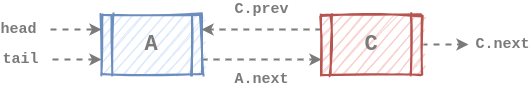
The draw.io diagram assets/images/data-structure/linked-list/dll-insert2.png in rolemadelen/euisblue.github.io, before a commit. Source tidied: cells renumbered, new cells last; positions are measured from the earlier drawing's top-left corner, leaving out a move shared by most shapes. Its diagram source:
```xml
<mxGraphModel>
  <root>
    <mxCell id="0" />
    <mxCell id="1" parent="0" />
    <mxCell id="2" value="&lt;font color=&quot;#7a7a7a&quot; face=&quot;Courier New&quot; size=&quot;1&quot;&gt;&lt;b style=&quot;font-size: 15px&quot;&gt;A.next&lt;/b&gt;&lt;/font&gt;" style="edgeStyle=orthogonalEdgeStyle;curved=1;rounded=0;sketch=0;jettySize=auto;html=1;exitX=1;exitY=0.75;exitDx=0;exitDy=0;entryX=0;entryY=0.75;entryDx=0;entryDy=0;dashed=1;endArrow=classic;endFill=1;strokeColor=#7a7a7a;strokeWidth=2;" parent="1" edge="1" source="3" target="6">
      <mxGeometry y="-20" relative="1" as="geometry">
        <Array as="points">
          <mxPoint x="211" y="45" />
          <mxPoint x="211" y="45" />
        </Array>
      </mxGeometry>
    </mxCell>
    <mxCell id="3" value="&lt;b&gt;&lt;font style=&quot;font-size: 22px&quot; face=&quot;Courier New&quot; color=&quot;#7a7a7a&quot;&gt;A&lt;/font&gt;&lt;/b&gt;" style="shape=process;whiteSpace=wrap;html=1;backgroundOutline=1;fillColor=#dae8fc;strokeColor=#6c8ebf;gradientDirection=east;strokeWidth=2;shadow=0;glass=0;sketch=1;" parent="1" vertex="1">
      <mxGeometry x="51" width="100" height="60" as="geometry" />
    </mxCell>
    <mxCell id="4" value="&lt;b&gt;&lt;font style=&quot;font-size: 15px&quot; face=&quot;Courier New&quot; color=&quot;#7a7a7a&quot;&gt;C.prev&lt;/font&gt;&lt;/b&gt;" style="edgeStyle=orthogonalEdgeStyle;curved=1;rounded=0;sketch=0;jettySize=auto;html=1;exitX=0;exitY=0.25;exitDx=0;exitDy=0;entryX=1;entryY=0.25;entryDx=0;entryDy=0;endArrow=classic;endFill=1;strokeColor=#7a7a7a;strokeWidth=2;dashed=1;" parent="1" edge="1" source="6" target="3">
      <mxGeometry y="-20" relative="1" as="geometry">
        <Array as="points">
          <mxPoint x="211" y="15" />
          <mxPoint x="211" y="15" />
        </Array>
      </mxGeometry>
    </mxCell>
    <mxCell id="5" value="&lt;b style=&quot;color: rgb(0 , 0 , 0) ; font-family: &amp;#34;helvetica&amp;#34; ; font-style: normal ; letter-spacing: normal ; text-align: center ; text-indent: 0px ; text-transform: none ; word-spacing: 0px&quot;&gt;&lt;font face=&quot;Courier New&quot; color=&quot;#7a7a7a&quot; style=&quot;font-size: 15px&quot;&gt;C.next&lt;/font&gt;&lt;/b&gt;" style="edgeStyle=none;rounded=0;sketch=0;jettySize=auto;html=1;exitX=1;exitY=0.5;exitDx=0;exitDy=0;dashed=1;endArrow=classic;endFill=1;strokeColor=#7a7a7a;strokeWidth=2;" parent="1" edge="1" source="6">
      <mxGeometry x="1" y="34" relative="1" as="geometry">
        <mxPoint x="418" y="30" as="targetPoint" />
        <mxPoint x="34" y="34" as="offset" />
      </mxGeometry>
    </mxCell>
    <mxCell id="6" value="&lt;div&gt;&lt;b style=&quot;font-size: 22px ; color: rgb(122 , 122 , 122) ; font-family: &amp;#34;courier new&amp;#34;&quot;&gt;C&lt;/b&gt;&lt;/div&gt;" style="shape=process;whiteSpace=wrap;html=1;backgroundOutline=1;fillColor=#f8cecc;strokeColor=#b85450;gradientDirection=east;strokeWidth=2;shadow=0;glass=0;sketch=1;align=center;" parent="1" vertex="1">
      <mxGeometry x="271" width="100" height="60" as="geometry" />
    </mxCell>
    <mxCell id="7" value="&lt;b style=&quot;color: rgb(0 , 0 , 0) ; font-family: &amp;#34;helvetica&amp;#34; ; font-style: normal ; letter-spacing: normal ; text-align: center ; text-indent: 0px ; text-transform: none ; word-spacing: 0px&quot;&gt;&lt;font face=&quot;Courier New&quot; color=&quot;#7a7a7a&quot; style=&quot;font-size: 15px&quot;&gt;head&lt;/font&gt;&lt;/b&gt;" style="endArrow=classic;html=1;dashed=1;strokeColor=#7a7a7a;strokeWidth=2;entryX=0;entryY=0.25;entryDx=0;entryDy=0;" parent="1" edge="1" target="3">
      <mxGeometry x="-1" y="-32" relative="1" as="geometry">
        <mxPoint y="15" as="sourcePoint" />
        <mxPoint x="-32" y="-32" as="offset" />
      </mxGeometry>
    </mxCell>
    <mxCell id="8" value="&lt;b style=&quot;color: rgb(0 , 0 , 0) ; font-family: &amp;#34;helvetica&amp;#34; ; font-style: normal ; letter-spacing: normal ; text-align: center ; text-indent: 0px ; text-transform: none ; word-spacing: 0px&quot;&gt;&lt;font face=&quot;Courier New&quot; color=&quot;#7a7a7a&quot; style=&quot;font-size: 15px&quot;&gt;tail&lt;/font&gt;&lt;/b&gt;" style="endArrow=classic;html=1;dashed=1;strokeColor=#7a7a7a;strokeWidth=2;entryX=0;entryY=0.75;entryDx=0;entryDy=0;" parent="1" edge="1" target="3">
      <mxGeometry x="-1" y="-32" relative="1" as="geometry">
        <mxPoint x="2" y="45" as="sourcePoint" />
        <mxPoint x="-32" y="-32" as="offset" />
      </mxGeometry>
    </mxCell>
  </root>
</mxGraphModel>
```
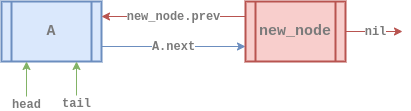
The same file after the commit.

Change to the diagram source:
```diff
@@ -2,45 +2,34 @@
   <root>
     <mxCell id="0" />
     <mxCell id="1" parent="0" />
-    <mxCell id="2" value="&lt;font color=&quot;#7a7a7a&quot; face=&quot;Courier New&quot; size=&quot;1&quot;&gt;&lt;b style=&quot;font-size: 15px&quot;&gt;A.next&lt;/b&gt;&lt;/font&gt;" style="edgeStyle=orthogonalEdgeStyle;curved=1;rounded=0;sketch=0;jettySize=auto;html=1;exitX=1;exitY=0.75;exitDx=0;exitDy=0;entryX=0;entryY=0.75;entryDx=0;entryDy=0;dashed=1;endArrow=classic;endFill=1;strokeColor=#7a7a7a;strokeWidth=2;" parent="1" edge="1" source="3" target="6">
-      <mxGeometry y="-20" relative="1" as="geometry">
-        <Array as="points">
-          <mxPoint x="211" y="45" />
-          <mxPoint x="211" y="45" />
-        </Array>
-      </mxGeometry>
+    <mxCell id="2" value="&lt;b style=&quot;color: rgb(0 , 0 , 0) ; font-size: 11px ; font-style: normal ; letter-spacing: normal ; text-align: center ; text-indent: 0px ; text-transform: none ; word-spacing: 0px ; font-family: &amp;#34;courier new&amp;#34;&quot;&gt;&lt;font color=&quot;#7a7a7a&quot; style=&quot;font-size: 12px&quot;&gt;A.next&lt;/font&gt;&lt;/b&gt;" style="edgeStyle=none;rounded=0;jettySize=auto;html=1;exitX=1;exitY=0.75;exitDx=0;exitDy=0;entryX=0;entryY=0.75;entryDx=0;entryDy=0;fillColor=#dae8fc;strokeColor=#6c8ebf;" parent="1" edge="1" source="3" target="8">
+      <mxGeometry relative="1" as="geometry" />
     </mxCell>
-    <mxCell id="3" value="&lt;b&gt;&lt;font style=&quot;font-size: 22px&quot; face=&quot;Courier New&quot; color=&quot;#7a7a7a&quot;&gt;A&lt;/font&gt;&lt;/b&gt;" style="shape=process;whiteSpace=wrap;html=1;backgroundOutline=1;fillColor=#dae8fc;strokeColor=#6c8ebf;gradientDirection=east;strokeWidth=2;shadow=0;glass=0;sketch=1;" parent="1" vertex="1">
+    <mxCell id="3" value="&lt;div&gt;&lt;font color=&quot;#7a7a7a&quot; face=&quot;courier new&quot;&gt;&lt;span style=&quot;font-size: 15px&quot;&gt;A&lt;/span&gt;&lt;/font&gt;&lt;/div&gt;" style="shape=process;whiteSpace=wrap;html=1;backgroundOutline=1;fillColor=#dae8fc;strokeColor=#6c8ebf;gradientDirection=east;strokeWidth=2;shadow=0;glass=0;align=center;sketch=0;fontStyle=1;" parent="1" vertex="1">
       <mxGeometry x="51" width="100" height="60" as="geometry" />
     </mxCell>
-    <mxCell id="4" value="&lt;b&gt;&lt;font style=&quot;font-size: 15px&quot; face=&quot;Courier New&quot; color=&quot;#7a7a7a&quot;&gt;C.prev&lt;/font&gt;&lt;/b&gt;" style="edgeStyle=orthogonalEdgeStyle;curved=1;rounded=0;sketch=0;jettySize=auto;html=1;exitX=0;exitY=0.25;exitDx=0;exitDy=0;entryX=1;entryY=0.25;entryDx=0;entryDy=0;endArrow=classic;endFill=1;strokeColor=#7a7a7a;strokeWidth=2;dashed=1;" parent="1" edge="1" source="6" target="3">
-      <mxGeometry y="-20" relative="1" as="geometry">
-        <Array as="points">
-          <mxPoint x="211" y="15" />
-          <mxPoint x="211" y="15" />
-        </Array>
+    <mxCell id="4" value="&lt;font color=&quot;#7a7a7a&quot; face=&quot;courier new&quot;&gt;&lt;span style=&quot;font-size: 12px&quot;&gt;&lt;b&gt;head&lt;/b&gt;&lt;/span&gt;&lt;/font&gt;" style="rounded=0;jettySize=auto;html=1;fillColor=#d5e8d4;strokeColor=#82b366;entryX=0.25;entryY=1;entryDx=0;entryDy=0;" parent="1" edge="1" target="3">
+      <mxGeometry x="-1" y="-8" relative="1" as="geometry">
+        <mxPoint x="76" y="95" as="sourcePoint" />
+        <mxPoint x="-8" y="8" as="offset" />
       </mxGeometry>
     </mxCell>
-    <mxCell id="5" value="&lt;b style=&quot;color: rgb(0 , 0 , 0) ; font-family: &amp;#34;helvetica&amp;#34; ; font-style: normal ; letter-spacing: normal ; text-align: center ; text-indent: 0px ; text-transform: none ; word-spacing: 0px&quot;&gt;&lt;font face=&quot;Courier New&quot; color=&quot;#7a7a7a&quot; style=&quot;font-size: 15px&quot;&gt;C.next&lt;/font&gt;&lt;/b&gt;" style="edgeStyle=none;rounded=0;sketch=0;jettySize=auto;html=1;exitX=1;exitY=0.5;exitDx=0;exitDy=0;dashed=1;endArrow=classic;endFill=1;strokeColor=#7a7a7a;strokeWidth=2;" parent="1" edge="1" source="6">
-      <mxGeometry x="1" y="34" relative="1" as="geometry">
-        <mxPoint x="418" y="30" as="targetPoint" />
-        <mxPoint x="34" y="34" as="offset" />
+    <mxCell id="5" value="&lt;font color=&quot;#7a7a7a&quot; face=&quot;courier new&quot;&gt;&lt;span style=&quot;font-size: 12px&quot;&gt;&lt;b&gt;tail&lt;/b&gt;&lt;/span&gt;&lt;/font&gt;" style="rounded=0;jettySize=auto;html=1;fillColor=#d5e8d4;strokeColor=#82b366;entryX=0.75;entryY=1;entryDx=0;entryDy=0;" parent="1" edge="1" target="3">
+      <mxGeometry x="-1" y="-8" relative="1" as="geometry">
+        <mxPoint x="126" y="94" as="sourcePoint" />
+        <mxPoint x="-8" y="8" as="offset" />
       </mxGeometry>
     </mxCell>
-    <mxCell id="6" value="&lt;div&gt;&lt;b style=&quot;font-size: 22px ; color: rgb(122 , 122 , 122) ; font-family: &amp;#34;courier new&amp;#34;&quot;&gt;C&lt;/b&gt;&lt;/div&gt;" style="shape=process;whiteSpace=wrap;html=1;backgroundOutline=1;fillColor=#f8cecc;strokeColor=#b85450;gradientDirection=east;strokeWidth=2;shadow=0;glass=0;sketch=1;align=center;" parent="1" vertex="1">
-      <mxGeometry x="271" width="100" height="60" as="geometry" />
+    <mxCell id="6" value="&lt;b style=&quot;color: rgb(0 , 0 , 0) ; font-size: 11px ; font-style: normal ; letter-spacing: normal ; text-align: center ; text-indent: 0px ; text-transform: none ; word-spacing: 0px ; font-family: &amp;#34;courier new&amp;#34;&quot;&gt;&lt;font color=&quot;#7a7a7a&quot; style=&quot;font-size: 12px&quot;&gt;new_node.prev&lt;/font&gt;&lt;/b&gt;" style="edgeStyle=none;rounded=0;jettySize=auto;html=1;exitX=0;exitY=0.25;exitDx=0;exitDy=0;entryX=1;entryY=0.25;entryDx=0;entryDy=0;fillColor=#f8cecc;strokeColor=#b85450;" parent="1" edge="1" source="8" target="3">
+      <mxGeometry relative="1" as="geometry" />
     </mxCell>
-    <mxCell id="7" value="&lt;b style=&quot;color: rgb(0 , 0 , 0) ; font-family: &amp;#34;helvetica&amp;#34; ; font-style: normal ; letter-spacing: normal ; text-align: center ; text-indent: 0px ; text-transform: none ; word-spacing: 0px&quot;&gt;&lt;font face=&quot;Courier New&quot; color=&quot;#7a7a7a&quot; style=&quot;font-size: 15px&quot;&gt;head&lt;/font&gt;&lt;/b&gt;" style="endArrow=classic;html=1;dashed=1;strokeColor=#7a7a7a;strokeWidth=2;entryX=0;entryY=0.25;entryDx=0;entryDy=0;" parent="1" edge="1" target="3">
-      <mxGeometry x="-1" y="-32" relative="1" as="geometry">
-        <mxPoint y="15" as="sourcePoint" />
-        <mxPoint x="-32" y="-32" as="offset" />
+    <mxCell id="7" value="&lt;b style=&quot;color: rgb(0 , 0 , 0) ; font-size: 11px ; font-style: normal ; letter-spacing: normal ; text-align: center ; text-indent: 0px ; text-transform: none ; word-spacing: 0px ; font-family: &amp;#34;courier new&amp;#34;&quot;&gt;&lt;font color=&quot;#7a7a7a&quot; style=&quot;font-size: 12px&quot;&gt;nil&lt;br&gt;&lt;/font&gt;&lt;/b&gt;" style="edgeStyle=none;rounded=0;jettySize=auto;html=1;exitX=1;exitY=0.5;exitDx=0;exitDy=0;fillColor=#f8cecc;strokeColor=#b85450;" parent="1" edge="1" source="8">
+      <mxGeometry x="0.04" relative="1" as="geometry">
+        <mxPoint x="452" y="30" as="targetPoint" />
       </mxGeometry>
     </mxCell>
-    <mxCell id="8" value="&lt;b style=&quot;color: rgb(0 , 0 , 0) ; font-family: &amp;#34;helvetica&amp;#34; ; font-style: normal ; letter-spacing: normal ; text-align: center ; text-indent: 0px ; text-transform: none ; word-spacing: 0px&quot;&gt;&lt;font face=&quot;Courier New&quot; color=&quot;#7a7a7a&quot; style=&quot;font-size: 15px&quot;&gt;tail&lt;/font&gt;&lt;/b&gt;" style="endArrow=classic;html=1;dashed=1;strokeColor=#7a7a7a;strokeWidth=2;entryX=0;entryY=0.75;entryDx=0;entryDy=0;" parent="1" edge="1" target="3">
-      <mxGeometry x="-1" y="-32" relative="1" as="geometry">
-        <mxPoint x="2" y="45" as="sourcePoint" />
-        <mxPoint x="-32" y="-32" as="offset" />
-      </mxGeometry>
+    <mxCell id="8" value="&lt;div&gt;&lt;font color=&quot;#7a7a7a&quot; face=&quot;courier new&quot; style=&quot;font-size: 15px&quot;&gt;new_node&lt;/font&gt;&lt;/div&gt;" style="shape=process;whiteSpace=wrap;html=1;backgroundOutline=1;fillColor=#f8cecc;strokeColor=#b85450;gradientDirection=east;strokeWidth=2;shadow=0;glass=0;align=center;sketch=0;fontStyle=1;" parent="1" vertex="1">
+      <mxGeometry x="295" width="100" height="60" as="geometry" />
     </mxCell>
   </root>
 </mxGraphModel>
```
